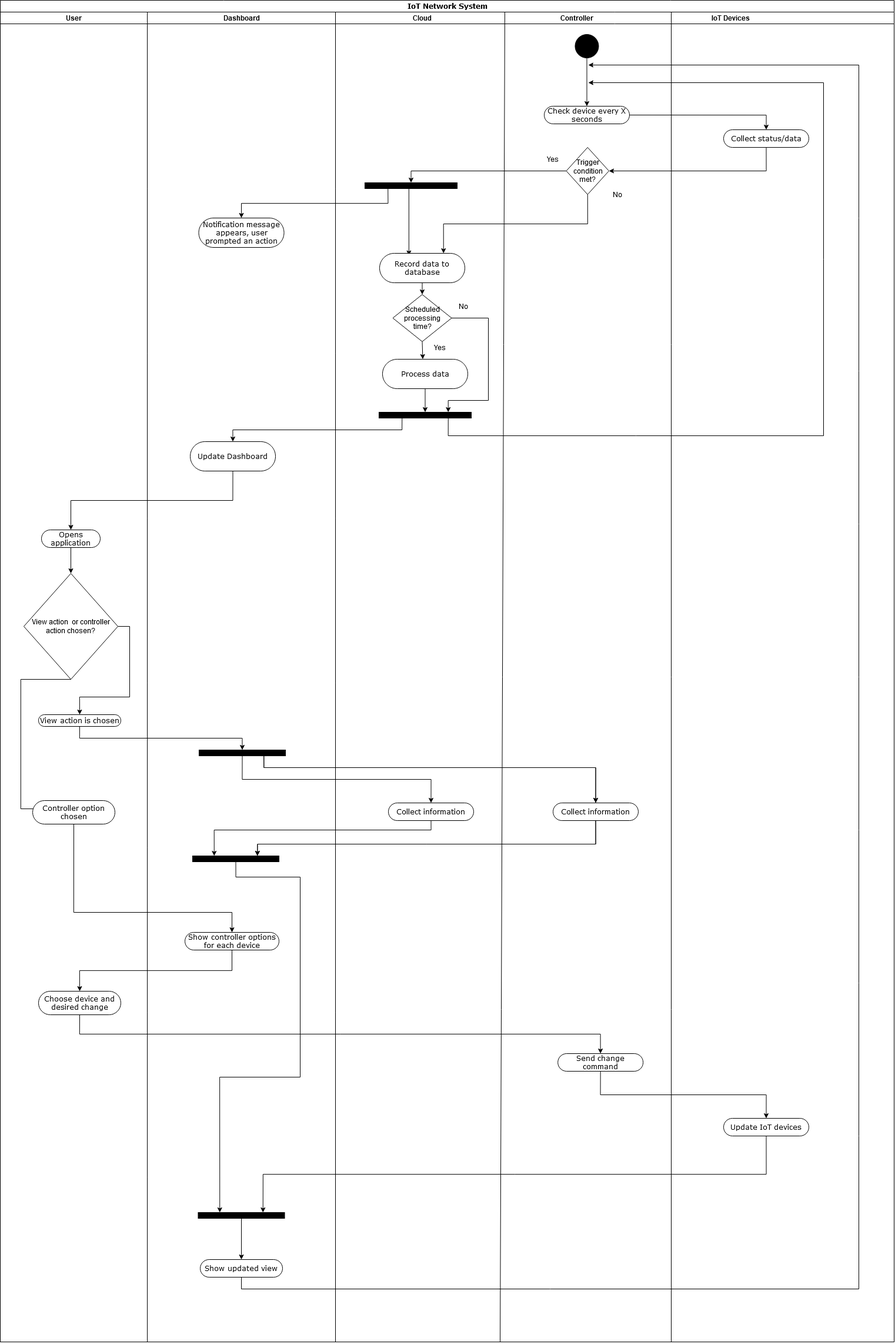
This is finalActivityDiag2.png from rsashna/networkDiagrams, a draw.io export, as it was before one commit. Source tidied: cells renumbered, new cells last; positions are measured from the earlier drawing's top-left corner, leaving out a move shared by most shapes.
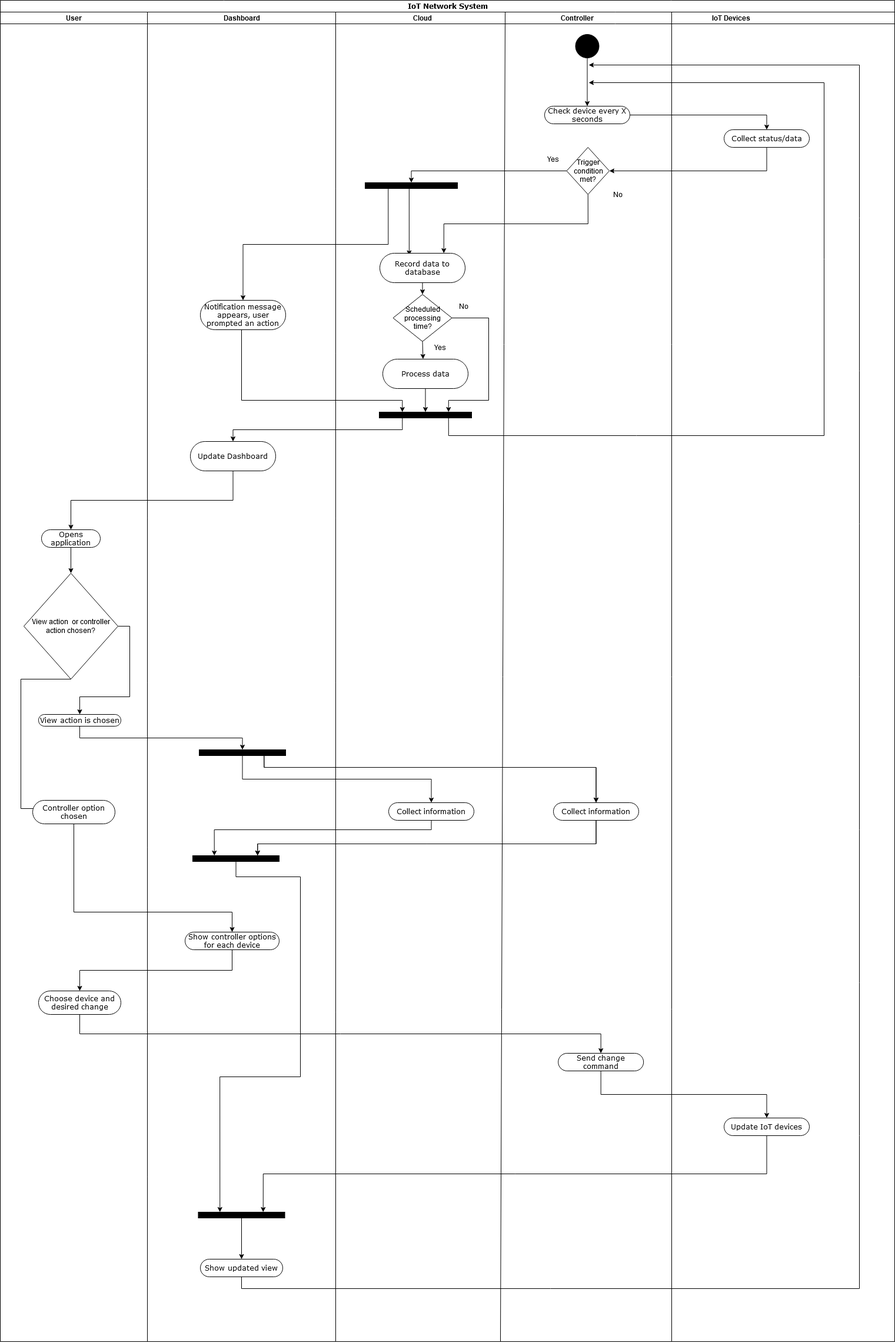
Later version of the same file.

The edit, as a diff of the source:
```diff
@@ -66,7 +66,7 @@
       <mxGeometry x="77" y="1434" width="147" height="10" as="geometry" />
     </mxCell>
     <mxCell id="19" value="Notification message appears, user prompted an action" style="rounded=1;whiteSpace=wrap;html=1;shadow=0;comic=0;labelBackgroundColor=none;strokeWidth=1;fontFamily=Verdana;fontSize=12;align=center;arcSize=50;" parent="13" vertex="1">
-      <mxGeometry x="87.5" y="350" width="145" height="50" as="geometry" />
+      <mxGeometry x="90" y="490" width="145" height="50" as="geometry" />
     </mxCell>
     <mxCell id="20" value="Update Dashboard" style="rounded=1;whiteSpace=wrap;html=1;shadow=0;comic=0;labelBackgroundColor=none;strokeWidth=1;fontFamily=Verdana;fontSize=12;align=center;arcSize=50;" parent="13" vertex="1">
       <mxGeometry x="73" y="730" width="145" height="50" as="geometry" />
@@ -245,6 +245,14 @@
     <mxCell id="66" style="edgeStyle=orthogonalEdgeStyle;rounded=0;jettySize=auto;html=1;exitX=0.5;exitY=1;exitDx=0;exitDy=0;entryX=0.5;entryY=0;entryDx=0;entryDy=0;" parent="2" edge="1" source="12" target="61">
       <mxGeometry relative="1" as="geometry" />
     </mxCell>
+    <mxCell id="71" style="edgeStyle=orthogonalEdgeStyle;rounded=0;jettySize=auto;html=1;exitX=0.5;exitY=1;exitDx=0;exitDy=0;entryX=0.25;entryY=0;entryDx=0;entryDy=0;" parent="2" edge="1" source="19" target="59">
+      <mxGeometry relative="1" as="geometry">
+        <Array as="points">
+          <mxPoint x="410" y="680" />
+          <mxPoint x="683" y="680" />
+        </Array>
+      </mxGeometry>
+    </mxCell>
     <mxCell id="67" style="edgeStyle=orthogonalEdgeStyle;rounded=0;jettySize=auto;html=1;exitX=0.75;exitY=1;exitDx=0;exitDy=0;" parent="1" edge="1" source="59">
       <mxGeometry relative="1" as="geometry">
         <mxPoint x="1000" y="140" as="targetPoint" />
```
